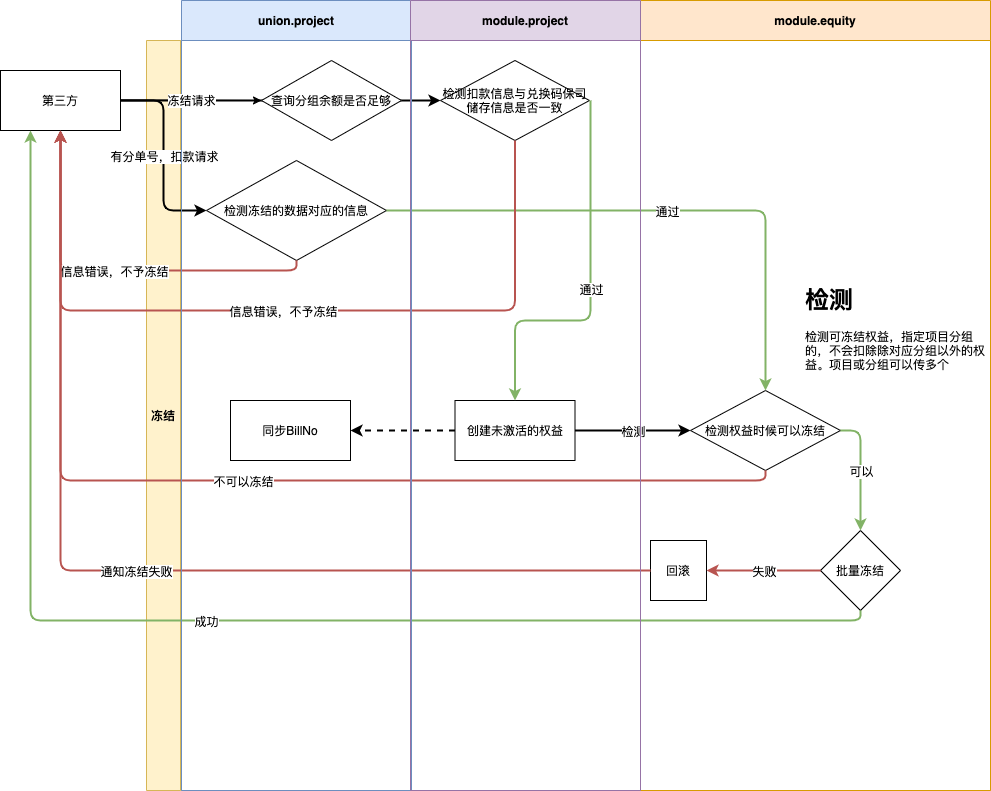
The draw.io diagram 权益冻结.png in zuoqiang320/uniondrug, before a commit. Source tidied: cells renumbered, new cells last; positions are measured from the earlier drawing's top-left corner, leaving out a move shared by most shapes.
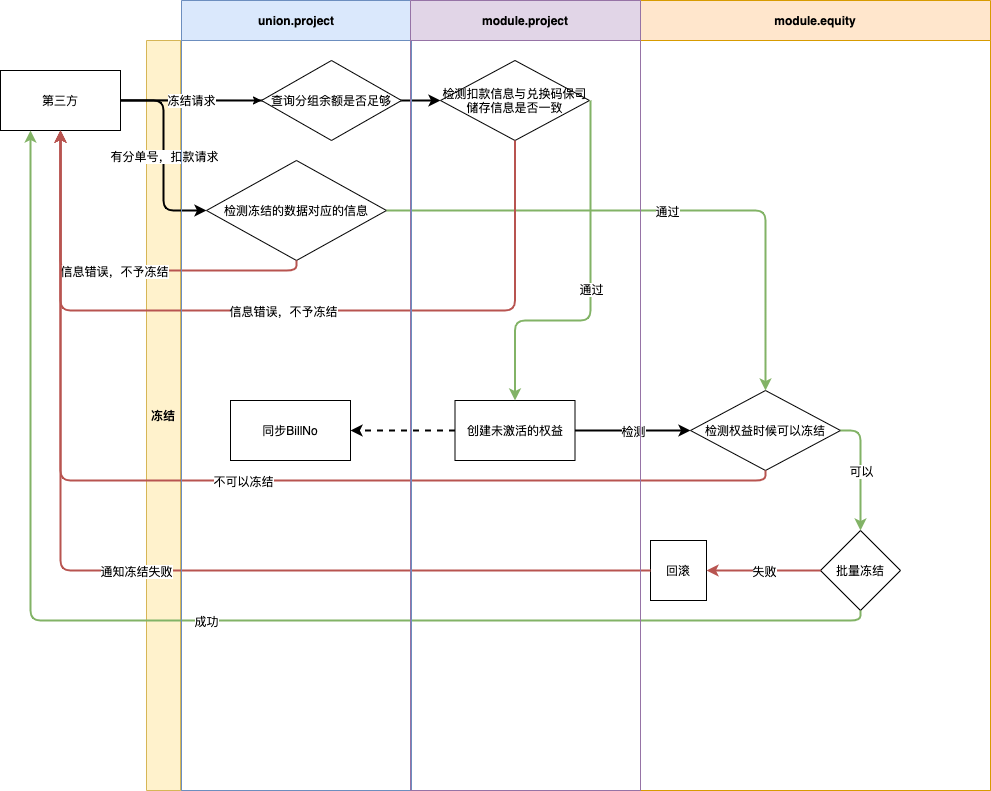
The same diagram one commit later.

Commit message:
更新权益冻结.png

The edit, as a diff of the source:
```diff
@@ -122,9 +122,6 @@
     <mxCell id="34" value="module.equity" style="swimlane;startSize=40;fillColor=#ffe6cc;strokeColor=#d79b00;" parent="1" vertex="1">
       <mxGeometry x="640" width="350" height="790" as="geometry" />
     </mxCell>
-    <mxCell id="35" value="&lt;h1&gt;检测&lt;/h1&gt;&lt;p&gt;检测可冻结权益，指定项目分组的，不会扣除除对应分组以外的权益。项目或分组可以传多个&lt;/p&gt;" style="text;html=1;strokeColor=none;fillColor=none;spacing=5;spacingTop=-20;whiteSpace=wrap;overflow=hidden;rounded=0;" parent="34" vertex="1">
-      <mxGeometry x="160" y="280" width="190" height="120" as="geometry" />
-    </mxCell>
     <mxCell id="36" value="union.project" style="swimlane;startSize=40;fillColor=#dae8fc;strokeColor=#6c8ebf;" parent="1" vertex="1">
       <mxGeometry x="181" width="230" height="790" as="geometry" />
     </mxCell>
```
